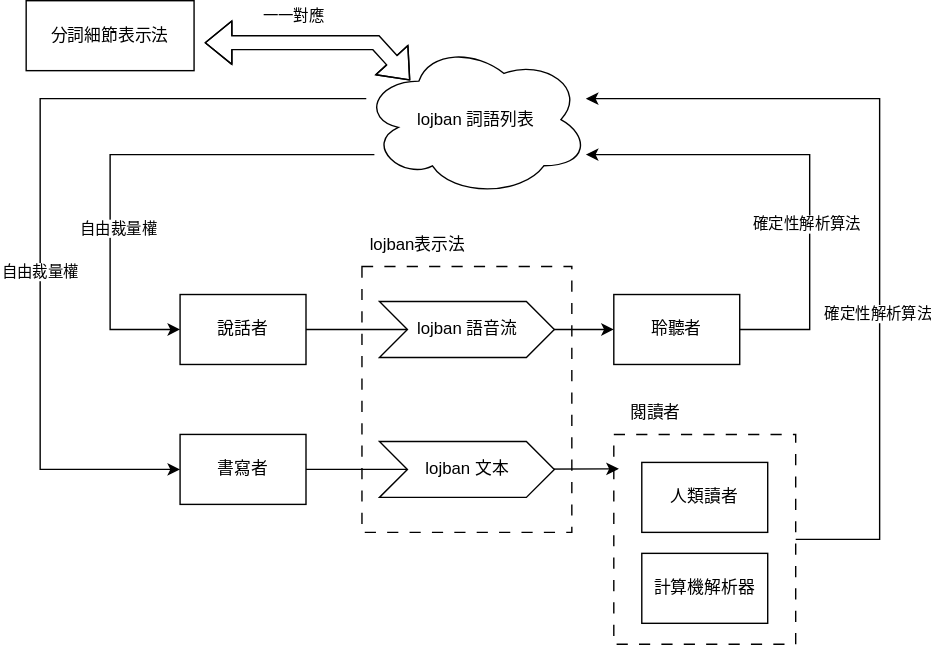
The draw.io diagram figure/lojban文本本質示意.svg in geezmolycos/aestivologica, before a commit. Source tidied: cells renumbered, new cells last; positions are measured from the earlier drawing's top-left corner, leaving out a move shared by most shapes.
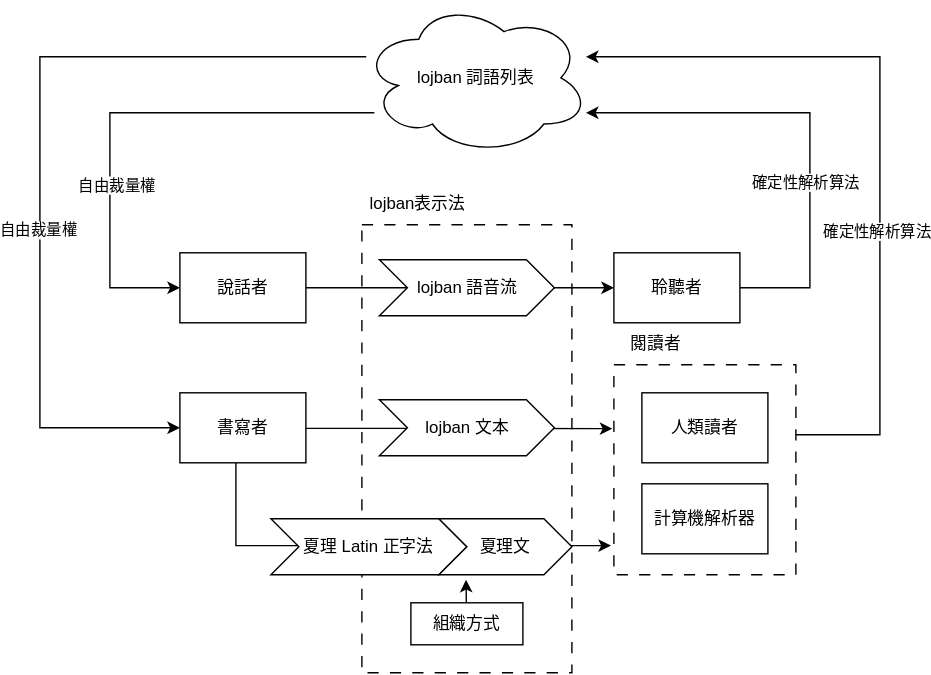
The same diagram one commit later.

Commit message:
編寫夏理 Latin 正字法

Change to the diagram source:
```diff
@@ -2,11 +2,21 @@
   <root>
     <mxCell id="0" />
     <mxCell id="1" parent="0" />
+    <mxCell id="27" style="edgeStyle=orthogonalEdgeStyle;rounded=0;jettySize=auto;html=1;entryX=-0.016;entryY=0.861;entryDx=0;entryDy=0;entryPerimeter=0;" parent="1" edge="1" source="15" target="4">
+      <mxGeometry relative="1" as="geometry">
+        <Array as="points">
+          <mxPoint x="150" y="419" />
+        </Array>
+      </mxGeometry>
+    </mxCell>
+    <mxCell id="22" style="rounded=0;whiteSpace=wrap;html=1;fillColor=none;dashed=1;dashPattern=8 8;" parent="1" vertex="1">
+      <mxGeometry x="240" y="190" width="150" height="320" as="geometry" />
+    </mxCell>
     <mxCell id="2" style="edgeStyle=orthogonalEdgeStyle;rounded=0;jettySize=auto;html=1;" parent="1" edge="1" source="4">
       <mxGeometry relative="1" as="geometry">
         <mxPoint x="400" y="70" as="targetPoint" />
         <Array as="points">
-          <mxPoint x="610" y="385" />
+          <mxPoint x="610" y="340" />
           <mxPoint x="610" y="70" />
         </Array>
       </mxGeometry>
@@ -15,13 +25,14 @@
       <mxGeometry x="-0.24" y="2" relative="1" as="geometry" />
     </mxCell>
     <mxCell id="4" style="rounded=0;whiteSpace=wrap;html=1;fillColor=none;dashed=1;dashPattern=8 8;" parent="1" vertex="1">
-      <mxGeometry x="420" y="310" width="130" height="150" as="geometry" />
+      <mxGeometry x="420" y="290" width="130" height="150" as="geometry" />
     </mxCell>
     <mxCell id="5" style="edgeStyle=orthogonalEdgeStyle;rounded=0;jettySize=auto;html=1;entryX=0;entryY=0.5;entryDx=0;entryDy=0;" parent="1" edge="1" source="9" target="11">
       <mxGeometry relative="1" as="geometry">
         <Array as="points">
           <mxPoint x="60" y="110" />
           <mxPoint x="60" y="235" />
+          <mxPoint x="60" y="240" />
         </Array>
       </mxGeometry>
     </mxCell>
@@ -64,48 +75,43 @@
     <mxCell id="14" value="聆聽者" style="rounded=0;whiteSpace=wrap;html=1;" parent="1" vertex="1">
       <mxGeometry x="420" y="210" width="90" height="50" as="geometry" />
     </mxCell>
-    <mxCell id="15" value="書寫者" style="rounded=0;whiteSpace=wrap;html=1;" parent="1" vertex="1">
+    <mxCell id="15" value="&lt;div&gt;書寫者&lt;/div&gt;" style="rounded=0;whiteSpace=wrap;html=1;" parent="1" vertex="1">
       <mxGeometry x="110" y="310" width="90" height="50" as="geometry" />
     </mxCell>
     <mxCell id="16" value="人類讀者" style="rounded=0;whiteSpace=wrap;html=1;" parent="1" vertex="1">
-      <mxGeometry x="440" y="330" width="90" height="50" as="geometry" />
+      <mxGeometry x="440" y="310" width="90" height="50" as="geometry" />
     </mxCell>
     <mxCell id="17" value="計算機解析器" style="rounded=0;whiteSpace=wrap;html=1;" parent="1" vertex="1">
-      <mxGeometry x="440" y="395" width="90" height="50" as="geometry" />
+      <mxGeometry x="440" y="375" width="90" height="50" as="geometry" />
     </mxCell>
     <mxCell id="18" value="閱讀者" style="text;html=1;whiteSpace=wrap;strokeColor=none;fillColor=none;align=center;verticalAlign=middle;rounded=0;" parent="1" vertex="1">
-      <mxGeometry x="420" y="280" width="60" height="30" as="geometry" />
+      <mxGeometry x="420" y="260" width="60" height="30" as="geometry" />
     </mxCell>
     <mxCell id="19" value="lojban 語音流" style="shape=step;perimeter=stepPerimeter;whiteSpace=wrap;html=1;fixedSize=1;" parent="1" vertex="1">
       <mxGeometry x="252.5" y="215" width="125" height="40" as="geometry" />
     </mxCell>
-    <mxCell id="20" style="edgeStyle=orthogonalEdgeStyle;rounded=0;jettySize=auto;html=1;entryX=0.028;entryY=0.164;entryDx=0;entryDy=0;entryPerimeter=0;" parent="1" edge="1" source="15" target="4">
-      <mxGeometry relative="1" as="geometry" />
+    <mxCell id="20" style="edgeStyle=orthogonalEdgeStyle;rounded=0;jettySize=auto;html=1;entryX=-0.008;entryY=0.304;entryDx=0;entryDy=0;entryPerimeter=0;" parent="1" edge="1" target="4">
+      <mxGeometry relative="1" as="geometry">
+        <mxPoint x="200" y="335.4" as="sourcePoint" />
+      </mxGeometry>
     </mxCell>
     <mxCell id="21" value="lojban 文本" style="shape=step;perimeter=stepPerimeter;whiteSpace=wrap;html=1;fixedSize=1;" parent="1" vertex="1">
       <mxGeometry x="252.5" y="315" width="125" height="40" as="geometry" />
     </mxCell>
-    <mxCell id="22" style="rounded=0;whiteSpace=wrap;html=1;fillColor=none;dashed=1;dashPattern=8 8;" parent="1" vertex="1">
-      <mxGeometry x="240" y="190" width="150" height="190" as="geometry" />
-    </mxCell>
     <mxCell id="23" value="lojban表示法" style="text;html=1;whiteSpace=wrap;strokeColor=none;fillColor=none;align=center;verticalAlign=middle;rounded=0;" parent="1" vertex="1">
       <mxGeometry x="240" y="160" width="80" height="30" as="geometry" />
     </mxCell>
-    <mxCell id="24" style="shape=flexArrow;endArrow=classic;startArrow=classic;html=1;rounded=0;entryX=0.212;entryY=0.245;entryDx=0;entryDy=0;entryPerimeter=0;" parent="1" edge="1" target="9">
-      <mxGeometry relative="1" as="geometry">
-        <mxPoint x="127.5" y="30" as="sourcePoint" />
-        <Array as="points">
-          <mxPoint x="250" y="30" />
-        </Array>
-      </mxGeometry>
-    </mxCell>
-    <mxCell id="25" value="一一對應" style="edgeLabel;html=1;align=center;verticalAlign=middle;" parent="24" vertex="1">
-      <mxGeometry x="0.06" y="8" relative="1" as="geometry">
-        <mxPoint x="-21" y="-12" as="offset" />
-      </mxGeometry>
-    </mxCell>
-    <mxCell id="26" value="分詞細節表示法" style="rounded=0;whiteSpace=wrap;html=1;" parent="1" vertex="1">
-      <mxGeometry width="120" height="50" as="geometry" />
-    </mxCell>
+    <mxCell id="28" value="夏理 Latin 正字法" style="shape=step;perimeter=stepPerimeter;whiteSpace=wrap;html=1;fixedSize=1;" parent="1" vertex="1">
+      <mxGeometry x="175" y="400" width="140" height="40" as="geometry" />
+    </mxCell>
+    <mxCell id="29" value="夏理文" style="shape=step;perimeter=stepPerimeter;whiteSpace=wrap;html=1;fixedSize=1;" parent="1" vertex="1">
+      <mxGeometry x="295" y="400" width="95" height="40" as="geometry" />
+    </mxCell>
+    <mxCell id="30" style="endArrow=classic;html=1;rounded=0;entryX=0.204;entryY=1.088;entryDx=0;entryDy=0;exitX=0.5;exitY=1;exitDx=0;exitDy=0;entryPerimeter=0;" parent="1" edge="1" source="31" target="29">
+      <mxGeometry relative="1" as="geometry" />
+    </mxCell>
+    <mxCell id="31" value="組織方式" style="rounded=0;whiteSpace=wrap;html=1;" parent="1" vertex="1">
+      <mxGeometry x="275" y="460" width="80" height="30" as="geometry" />
+    </mxCell>
   </root>
 </mxGraphModel>
```
